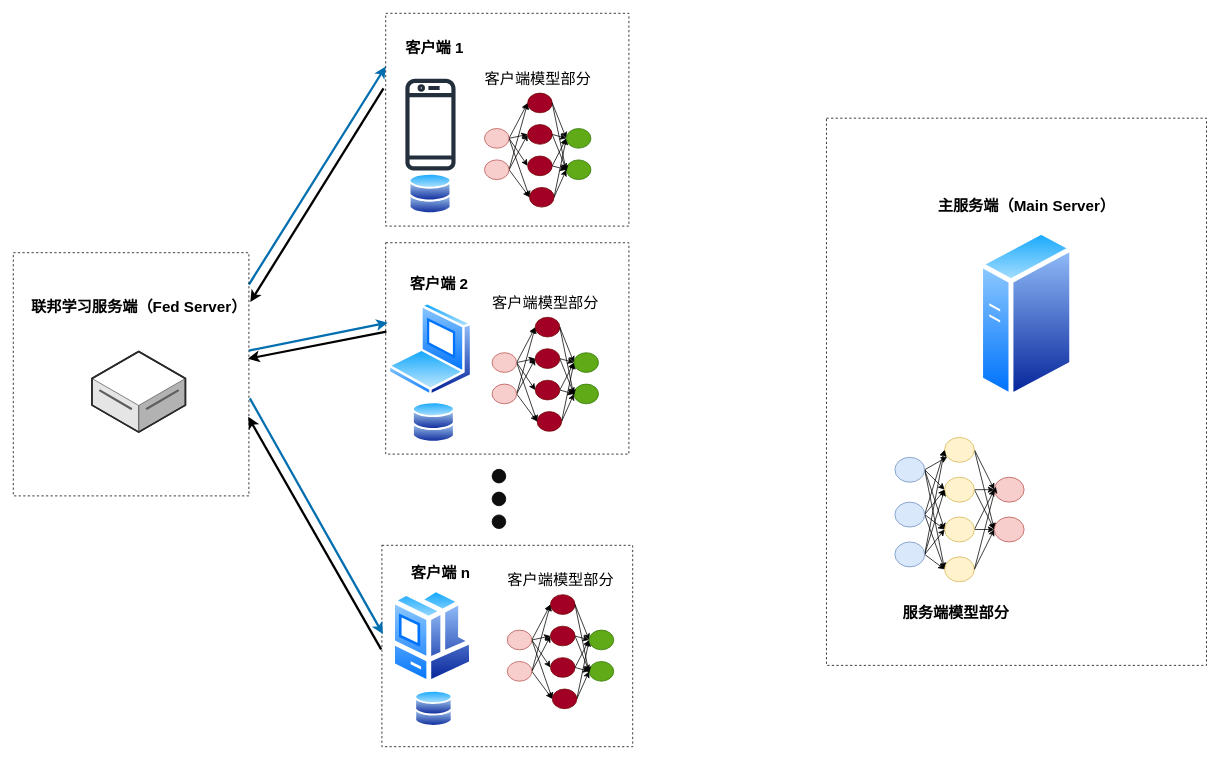
XiaoWenZz/draw-io keeps this draw.io diagram as 分割联邦学习架构图.drawio. Above is the earlier version. Source tidied: cells renumbered, new cells numbered last; positions are measured from the earlier drawing's top-left corner, leaving out a move shared by most shapes. Both pictures are drawn from the tidied source at 76%, with x=0, y=0 at pixel (13, 13).
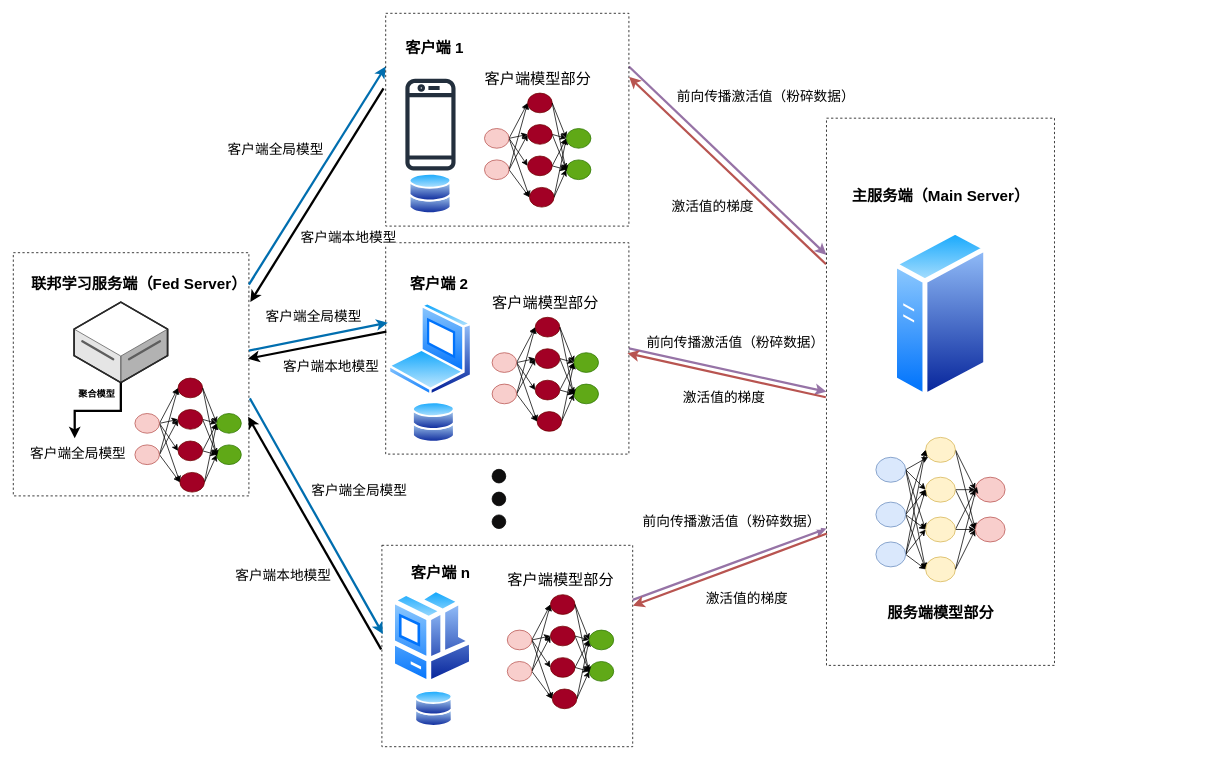
The same diagram, later.

Commit message:
更新分割联邦学习架构图.drawio

Unchanged cells that the change refers to:
```xml
<mxCell id="3" style="rounded=0;whiteSpace=wrap;html=1;fontFamily=Helvetica;fontSize=11;fontColor=default;labelBackgroundColor=default;fillColor=none;strokeColor=default;dashed=1;" parent="1" vertex="1">
  <mxGeometry x="490" y="301.9" width="320" height="278.1" as="geometry" />
</mxCell>
<mxCell id="14" style="rounded=0;whiteSpace=wrap;html=1;fontFamily=Helvetica;fontSize=11;fontColor=default;labelBackgroundColor=default;fillColor=none;strokeColor=default;dashed=1;" parent="1" vertex="1">
  <mxGeometry x="490" width="320" height="280" as="geometry" />
</mxCell>
<mxCell id="69" style="rounded=0;whiteSpace=wrap;html=1;fontFamily=Helvetica;fontSize=11;fontColor=default;labelBackgroundColor=default;fillColor=none;strokeColor=default;dashed=1;" parent="68" vertex="1">
  <mxGeometry width="330" height="265" as="geometry" />
</mxCell>
```

What changed in the source:
```diff
@@
+    <mxCell id="7" style="rounded=0;whiteSpace=wrap;html=1;fontFamily=Helvetica;fontSize=11;fontColor=default;labelBackgroundColor=default;fillColor=none;strokeColor=default;dashed=1;" parent="1" vertex="1">
+      <mxGeometry y="315" width="310" height="320" as="geometry" />
+    </mxCell>
@@
+    <mxCell id="137" style="rounded=0;jettySize=auto;html=1;exitX=1;exitY=0.5;exitDx=0;exitDy=0;entryX=0;entryY=0.5;entryDx=0;entryDy=0;strokeWidth=3;fillColor=#e1d5e7;strokeColor=#9673a6;" parent="1" edge="1" source="3" target="136">
+      <mxGeometry relative="1" as="geometry" />
+    </mxCell>
@@
     <mxCell id="4" style="verticalLabelPosition=bottom;html=1;verticalAlign=top;strokeWidth=1;align=center;outlineConnect=0;dashed=0;outlineConnect=0;shape=mxgraph.aws3d.dataServer;strokeColor=#5E5E5E;fontFamily=Helvetica;fontSize=11;fontColor=default;labelBackgroundColor=default;" parent="1" vertex="1">
-      <mxGeometry x="103.5" y="445" width="123" height="106" as="geometry" />
+      <mxGeometry x="80" y="380" width="123" height="106" as="geometry" />
     </mxCell>
     <mxCell id="5" value="&lt;font style=&quot;font-size: 20px;&quot;&gt;&lt;b&gt;联邦学习服务端（Fed Server）&lt;/b&gt;&lt;/font&gt;" style="text;html=1;align=center;verticalAlign=middle;strokeColor=none;fillColor=none;fontFamily=Helvetica;fontSize=11;fontColor=default;labelBackgroundColor=default;" parent="1" vertex="1">
-      <mxGeometry x="10" y="365" width="310" height="40" as="geometry" />
+      <mxGeometry x="10" y="335.3" width="310" height="40" as="geometry" />
     </mxCell>
@@
-    <mxCell id="7" style="rounded=0;whiteSpace=wrap;html=1;fontFamily=Helvetica;fontSize=11;fontColor=default;labelBackgroundColor=default;fillColor=none;strokeColor=default;dashed=1;" parent="1" vertex="1">
-      <mxGeometry y="315" width="310" height="320" as="geometry" />
-    </mxCell>
@@
+    <mxCell id="138" style="rounded=0;jettySize=auto;html=1;exitX=1;exitY=0.25;exitDx=0;exitDy=0;entryX=0;entryY=0.25;entryDx=0;entryDy=0;strokeWidth=3;fillColor=#e1d5e7;strokeColor=#9673a6;" parent="1" edge="1" source="14" target="136">
+      <mxGeometry relative="1" as="geometry" />
+    </mxCell>
@@
-    <mxCell id="102" style="group;" parent="1" vertex="1">
-      <mxGeometry x="1070" y="138" width="500" height="720" as="geometry" />
-    </mxCell>
+    <mxCell id="139" style="rounded=0;jettySize=auto;html=1;exitX=-0.002;exitY=0.267;exitDx=0;exitDy=0;entryX=1.001;entryY=0.299;entryDx=0;entryDy=0;entryPerimeter=0;strokeWidth=3;exitPerimeter=0;fillColor=#f8cecc;strokeColor=#b85450;" parent="1" edge="1" source="136" target="14">
+      <mxGeometry relative="1" as="geometry" />
+    </mxCell>
+    <mxCell id="140" style="rounded=0;jettySize=auto;html=1;entryX=0.994;entryY=0.523;entryDx=0;entryDy=0;entryPerimeter=0;strokeWidth=3;exitX=-0.003;exitY=0.51;exitDx=0;exitDy=0;exitPerimeter=0;fillColor=#f8cecc;strokeColor=#b85450;" parent="1" edge="1" source="136" target="3">
+      <mxGeometry relative="1" as="geometry" />
+    </mxCell>
+    <mxCell id="141" style="rounded=0;jettySize=auto;html=1;entryX=0;entryY=0.75;entryDx=0;entryDy=0;strokeWidth=3;fillColor=#e1d5e7;strokeColor=#9673a6;" parent="1" edge="1" source="69" target="136">
+      <mxGeometry relative="1" as="geometry" />
+    </mxCell>
+    <mxCell id="142" style="rounded=0;jettySize=auto;html=1;exitX=0.002;exitY=0.759;exitDx=0;exitDy=0;entryX=1.001;entryY=0.3;entryDx=0;entryDy=0;entryPerimeter=0;strokeWidth=3;fillColor=#f8cecc;strokeColor=#b85450;exitPerimeter=0;" parent="1" edge="1" source="136" target="69">
+      <mxGeometry relative="1" as="geometry" />
+    </mxCell>
+    <mxCell id="143" value="&lt;font style=&quot;font-size: 18px;&quot;&gt;客户端本地模型&lt;/font&gt;" style="text;html=1;align=center;verticalAlign=middle;strokeColor=none;fillColor=none;fontFamily=Helvetica;fontSize=11;fontColor=default;labelBackgroundColor=default;" parent="1" vertex="1">
+      <mxGeometry x="365.9" y="275" width="150" height="40" as="geometry" />
+    </mxCell>
+    <mxCell id="144" value="&lt;font style=&quot;font-size: 18px;&quot;&gt;客户端本地模型&lt;/font&gt;" style="text;html=1;align=center;verticalAlign=middle;strokeColor=none;fillColor=none;fontFamily=Helvetica;fontSize=11;fontColor=default;labelBackgroundColor=default;" parent="1" vertex="1">
+      <mxGeometry x="342.9" y="445" width="150" height="40" as="geometry" />
+    </mxCell>
+    <mxCell id="145" value="&lt;font style=&quot;font-size: 18px;&quot;&gt;客户端本地模型&lt;/font&gt;" style="text;html=1;align=center;verticalAlign=middle;strokeColor=none;fillColor=none;fontFamily=Helvetica;fontSize=11;fontColor=default;labelBackgroundColor=default;" parent="1" vertex="1">
+      <mxGeometry x="280" y="720" width="150" height="40" as="geometry" />
+    </mxCell>
+    <mxCell id="146" style="group;" parent="1" vertex="1">
+      <mxGeometry x="160" y="480" width="140" height="150" as="geometry" />
+    </mxCell>
+    <mxCell id="147" style="rounded=0;jettySize=auto;html=1;exitX=1;exitY=0.5;exitDx=0;exitDy=0;entryX=0;entryY=0.5;entryDx=0;entryDy=0;" parent="146" edge="1" source="151" target="157">
+      <mxGeometry relative="1" as="geometry" />
+    </mxCell>
+    <mxCell id="148" style="edgeStyle=none;shape=connector;rounded=0;jettySize=auto;html=1;exitX=1;exitY=0.5;exitDx=0;exitDy=0;entryX=0;entryY=0.5;entryDx=0;entryDy=0;strokeColor=default;align=center;verticalAlign=middle;fontFamily=Helvetica;fontSize=11;fontColor=default;labelBackgroundColor=default;endArrow=classic;" parent="146" edge="1" source="151" target="160">
+      <mxGeometry relative="1" as="geometry" />
+    </mxCell>
+    <mxCell id="149" style="edgeStyle=none;shape=connector;rounded=0;jettySize=auto;html=1;exitX=1;exitY=0.5;exitDx=0;exitDy=0;entryX=0;entryY=0.5;entryDx=0;entryDy=0;strokeColor=default;align=center;verticalAlign=middle;fontFamily=Helvetica;fontSize=11;fontColor=default;labelBackgroundColor=default;endArrow=classic;" parent="146" edge="1" source="151" target="163">
+      <mxGeometry relative="1" as="geometry" />
+    </mxCell>
+    <mxCell id="150" style="edgeStyle=none;shape=connector;rounded=0;jettySize=auto;html=1;exitX=1;exitY=0.5;exitDx=0;exitDy=0;entryX=0;entryY=0.5;entryDx=0;entryDy=0;strokeColor=default;align=center;verticalAlign=middle;fontFamily=Helvetica;fontSize=11;fontColor=default;labelBackgroundColor=default;endArrow=classic;" parent="146" edge="1" source="151" target="166">
+      <mxGeometry relative="1" as="geometry" />
+    </mxCell>
+    <mxCell id="151" style="ellipse;whiteSpace=wrap;html=1;fillColor=#f8cecc;strokeColor=#b85450;" parent="146" vertex="1">
+      <mxGeometry y="46.6" width="32.3" height="25.9" as="geometry" />
+    </mxCell>
+    <mxCell id="152" style="edgeStyle=none;shape=connector;rounded=0;jettySize=auto;html=1;exitX=1;exitY=0.5;exitDx=0;exitDy=0;entryX=0;entryY=0.5;entryDx=0;entryDy=0;strokeColor=default;align=center;verticalAlign=middle;fontFamily=Helvetica;fontSize=11;fontColor=default;labelBackgroundColor=default;endArrow=classic;" parent="146" edge="1" source="155" target="157">
+      <mxGeometry relative="1" as="geometry" />
+    </mxCell>
+    <mxCell id="153" style="edgeStyle=none;shape=connector;rounded=0;jettySize=auto;html=1;exitX=1;exitY=0.5;exitDx=0;exitDy=0;entryX=0;entryY=0.5;entryDx=0;entryDy=0;strokeColor=default;align=center;verticalAlign=middle;fontFamily=Helvetica;fontSize=11;fontColor=default;labelBackgroundColor=default;endArrow=classic;" parent="146" edge="1" source="155" target="160">
+      <mxGeometry relative="1" as="geometry" />
+    </mxCell>
+    <mxCell id="154" style="edgeStyle=none;shape=connector;rounded=0;jettySize=auto;html=1;exitX=1;exitY=0.5;exitDx=0;exitDy=0;entryX=0;entryY=0.5;entryDx=0;entryDy=0;strokeColor=default;align=center;verticalAlign=middle;fontFamily=Helvetica;fontSize=11;fontColor=default;labelBackgroundColor=default;endArrow=classic;" parent="146" edge="1" source="155" target="166">
+      <mxGeometry relative="1" as="geometry" />
+    </mxCell>
+    <mxCell id="155" style="ellipse;whiteSpace=wrap;html=1;fillColor=#f8cecc;strokeColor=#b85450;" parent="146" vertex="1">
+      <mxGeometry y="87.9" width="32.3" height="25.9" as="geometry" />
+    </mxCell>
+    <mxCell id="156" style="edgeStyle=none;shape=connector;rounded=0;jettySize=auto;html=1;exitX=1;exitY=0.5;exitDx=0;exitDy=0;entryX=0;entryY=0.5;entryDx=0;entryDy=0;strokeColor=default;align=center;verticalAlign=middle;fontFamily=Helvetica;fontSize=11;fontColor=default;labelBackgroundColor=default;endArrow=classic;" parent="146" edge="1" source="157" target="167">
+      <mxGeometry relative="1" as="geometry" />
+    </mxCell>
+    <mxCell id="157" style="ellipse;whiteSpace=wrap;html=1;fillColor=#a20025;fontColor=#ffffff;strokeColor=#6F0000;" parent="146" vertex="1">
+      <mxGeometry x="56.8" width="32.3" height="25.9" as="geometry" />
+    </mxCell>
+    <mxCell id="158" style="edgeStyle=none;shape=connector;rounded=0;jettySize=auto;html=1;exitX=1;exitY=0.5;exitDx=0;exitDy=0;entryX=0;entryY=0.5;entryDx=0;entryDy=0;strokeColor=default;align=center;verticalAlign=middle;fontFamily=Helvetica;fontSize=11;fontColor=default;labelBackgroundColor=default;endArrow=classic;" parent="146" edge="1" source="160" target="167">
+      <mxGeometry relative="1" as="geometry" />
+    </mxCell>
+    <mxCell id="159" style="edgeStyle=none;shape=connector;rounded=0;jettySize=auto;html=1;exitX=1;exitY=0.5;exitDx=0;exitDy=0;entryX=0;entryY=0.5;entryDx=0;entryDy=0;strokeColor=default;align=center;verticalAlign=middle;fontFamily=Helvetica;fontSize=11;fontColor=default;labelBackgroundColor=default;endArrow=classic;" parent="146" edge="1" source="160" target="168">
+      <mxGeometry relative="1" as="geometry" />
+    </mxCell>
+    <mxCell id="160" style="ellipse;whiteSpace=wrap;html=1;fillColor=#a20025;fontColor=#ffffff;strokeColor=#6F0000;" parent="146" vertex="1">
+      <mxGeometry x="56.8" y="41.4" width="32.3" height="25.9" as="geometry" />
+    </mxCell>
+    <mxCell id="161" style="edgeStyle=none;shape=connector;rounded=0;jettySize=auto;html=1;exitX=1;exitY=0.5;exitDx=0;exitDy=0;entryX=0;entryY=0.5;entryDx=0;entryDy=0;strokeColor=default;align=center;verticalAlign=middle;fontFamily=Helvetica;fontSize=11;fontColor=default;labelBackgroundColor=default;endArrow=classic;" parent="146" edge="1" source="163" target="168">
+      <mxGeometry relative="1" as="geometry" />
+    </mxCell>
+    <mxCell id="162" style="edgeStyle=none;shape=connector;rounded=0;jettySize=auto;html=1;exitX=1;exitY=0.5;exitDx=0;exitDy=0;entryX=0;entryY=0.5;entryDx=0;entryDy=0;strokeColor=default;align=center;verticalAlign=middle;fontFamily=Helvetica;fontSize=11;fontColor=default;labelBackgroundColor=default;endArrow=classic;" parent="146" edge="1" source="163" target="167">
+      <mxGeometry relative="1" as="geometry" />
+    </mxCell>
+    <mxCell id="163" style="ellipse;whiteSpace=wrap;html=1;fillColor=#a20025;fontColor=#ffffff;strokeColor=#6F0000;" parent="146" vertex="1">
+      <mxGeometry x="56.8" y="82.8" width="32.3" height="25.9" as="geometry" />
+    </mxCell>
+    <mxCell id="164" style="edgeStyle=none;shape=connector;rounded=0;jettySize=auto;html=1;exitX=1;exitY=0.5;exitDx=0;exitDy=0;entryX=0;entryY=0.5;entryDx=0;entryDy=0;strokeColor=default;align=center;verticalAlign=middle;fontFamily=Helvetica;fontSize=11;fontColor=default;labelBackgroundColor=default;endArrow=classic;" parent="146" edge="1" source="166" target="168">
+      <mxGeometry relative="1" as="geometry" />
+    </mxCell>
+    <mxCell id="165" style="edgeStyle=none;shape=connector;rounded=0;jettySize=auto;html=1;exitX=1;exitY=0.5;exitDx=0;exitDy=0;entryX=0;entryY=0.5;entryDx=0;entryDy=0;strokeColor=default;align=center;verticalAlign=middle;fontFamily=Helvetica;fontSize=11;fontColor=default;labelBackgroundColor=default;endArrow=classic;" parent="146" edge="1" source="166" target="167">
+      <mxGeometry relative="1" as="geometry" />
+    </mxCell>
+    <mxCell id="166" style="ellipse;whiteSpace=wrap;html=1;fillColor=#a20025;fontColor=#ffffff;strokeColor=#6F0000;" parent="146" vertex="1">
+      <mxGeometry x="59.2" y="124.1" width="32.3" height="25.9" as="geometry" />
+    </mxCell>
+    <mxCell id="167" style="ellipse;whiteSpace=wrap;html=1;fillColor=#60a917;fontColor=#ffffff;strokeColor=#2D7600;" parent="146" vertex="1">
+      <mxGeometry x="107.7" y="46.6" width="32.3" height="25.9" as="geometry" />
+    </mxCell>
+    <mxCell id="168" style="ellipse;whiteSpace=wrap;html=1;fillColor=#60a917;fontColor=#ffffff;strokeColor=#2D7600;" parent="146" vertex="1">
+      <mxGeometry x="107.7" y="87.9" width="32.3" height="25.9" as="geometry" />
+    </mxCell>
+    <mxCell id="169" style="edgeStyle=none;shape=connector;rounded=0;jettySize=auto;html=1;exitX=1;exitY=0.5;exitDx=0;exitDy=0;entryX=0;entryY=0.6;entryDx=0;entryDy=0;entryPerimeter=0;strokeColor=default;align=center;verticalAlign=middle;fontFamily=Helvetica;fontSize=11;fontColor=default;labelBackgroundColor=default;endArrow=classic;" parent="146" edge="1" source="157" target="168">
+      <mxGeometry relative="1" as="geometry" />
+    </mxCell>
+    <mxCell id="170" value="&lt;font style=&quot;font-size: 18px;&quot;&gt;客户端全局模型&lt;/font&gt;" style="text;html=1;align=center;verticalAlign=middle;points=[];strokeColor=none;fillColor=none;fontFamily=Helvetica;fontSize=11;fontColor=default;labelBackgroundColor=default;" parent="1" vertex="1">
+      <mxGeometry x="10" y="560" width="150" height="40" as="geometry" />
+    </mxCell>
+    <mxCell id="171" style="edgeStyle=orthogonalEdgeStyle;rounded=0;jettySize=auto;html=1;entryX=0.472;entryY=-0.018;entryDx=0;entryDy=0;entryPerimeter=0;strokeWidth=3;" parent="1" edge="1" source="4" target="170">
+      <mxGeometry relative="1" as="geometry" />
+    </mxCell>
+    <mxCell id="172" value="&lt;b&gt;聚合模型&lt;/b&gt;" style="text;html=1;align=center;verticalAlign=middle;whiteSpace=wrap;rounded=0;" parent="1" vertex="1">
+      <mxGeometry x="80" y="486" width="60" height="30" as="geometry" />
+    </mxCell>
+    <mxCell id="173" value="&lt;font style=&quot;font-size: 18px;&quot;&gt;客户端全局模型&lt;/font&gt;" style="text;html=1;align=center;verticalAlign=middle;strokeColor=none;fillColor=none;fontFamily=Helvetica;fontSize=11;fontColor=default;labelBackgroundColor=default;" parent="1" vertex="1">
+      <mxGeometry x="270" y="160" width="150" height="40" as="geometry" />
+    </mxCell>
+    <mxCell id="174" value="&lt;font style=&quot;font-size: 18px;&quot;&gt;客户端全局模型&lt;/font&gt;" style="text;html=1;align=center;verticalAlign=middle;strokeColor=none;fillColor=none;fontFamily=Helvetica;fontSize=11;fontColor=default;labelBackgroundColor=default;" parent="1" vertex="1">
+      <mxGeometry x="320" y="380" width="150" height="40" as="geometry" />
+    </mxCell>
+    <mxCell id="175" value="&lt;font style=&quot;font-size: 18px;&quot;&gt;客户端全局模型&lt;/font&gt;" style="text;html=1;align=center;verticalAlign=middle;strokeColor=none;fillColor=none;fontFamily=Helvetica;fontSize=11;fontColor=default;labelBackgroundColor=default;" parent="1" vertex="1">
+      <mxGeometry x="380" y="608" width="150" height="40" as="geometry" />
+    </mxCell>
+    <mxCell id="176" value="&lt;font style=&quot;font-size: 18px;&quot;&gt;前向传播激活值（粉碎数据）&lt;/font&gt;" style="text;html=1;align=center;verticalAlign=middle;strokeColor=none;fillColor=none;fontFamily=Helvetica;fontSize=11;fontColor=default;labelBackgroundColor=default;" parent="1" vertex="1">
+      <mxGeometry x="860" y="90" width="260" height="40" as="geometry" />
+    </mxCell>
+    <mxCell id="177" value="&lt;font style=&quot;font-size: 18px;&quot;&gt;激活值的梯度&lt;/font&gt;" style="text;html=1;align=center;verticalAlign=middle;strokeColor=none;fillColor=none;fontFamily=Helvetica;fontSize=11;fontColor=default;labelBackgroundColor=default;" parent="1" vertex="1">
+      <mxGeometry x="855" y="235" width="130" height="40" as="geometry" />
+    </mxCell>
+    <mxCell id="178" value="&lt;font style=&quot;font-size: 18px;&quot;&gt;前向传播激活值（粉碎数据）&lt;/font&gt;" style="text;html=1;align=center;verticalAlign=middle;strokeColor=none;fillColor=none;fontFamily=Helvetica;fontSize=11;fontColor=default;labelBackgroundColor=default;" parent="1" vertex="1">
+      <mxGeometry x="820" y="413" width="260" height="40" as="geometry" />
+    </mxCell>
+    <mxCell id="179" value="&lt;font style=&quot;font-size: 18px;&quot;&gt;激活值的梯度&lt;/font&gt;" style="text;html=1;align=center;verticalAlign=middle;strokeColor=none;fillColor=none;fontFamily=Helvetica;fontSize=11;fontColor=default;labelBackgroundColor=default;" parent="1" vertex="1">
+      <mxGeometry x="870" y="486" width="130" height="40" as="geometry" />
+    </mxCell>
+    <mxCell id="180" value="&lt;font style=&quot;font-size: 18px;&quot;&gt;前向传播激活值（粉碎数据）&lt;/font&gt;" style="text;html=1;align=center;verticalAlign=middle;strokeColor=none;fillColor=none;fontFamily=Helvetica;fontSize=11;fontColor=default;labelBackgroundColor=default;" parent="1" vertex="1">
+      <mxGeometry x="815" y="649" width="260" height="40" as="geometry" />
+    </mxCell>
+    <mxCell id="181" value="&lt;font style=&quot;font-size: 18px;&quot;&gt;激活值的梯度&lt;/font&gt;" style="text;html=1;align=center;verticalAlign=middle;strokeColor=none;fillColor=none;fontFamily=Helvetica;fontSize=11;fontColor=default;labelBackgroundColor=default;" parent="1" vertex="1">
+      <mxGeometry x="900" y="750" width="130" height="40" as="geometry" />
+    </mxCell>
+    <mxCell id="136" style="rounded=0;whiteSpace=wrap;html=1;fontFamily=Helvetica;fontSize=11;fontColor=default;labelBackgroundColor=default;fillColor=none;strokeColor=default;dashed=1;" parent="1" vertex="1">
+      <mxGeometry x="1070" y="138" width="300" height="720" as="geometry" />
+    </mxCell>
-    <mxCell id="103" style="group;" parent="102" vertex="1">
-      <mxGeometry x="90" y="420" width="170" height="190" as="geometry" />
+    <mxCell id="103" style="group;" parent="1" vertex="1">
+      <mxGeometry x="1135" y="558" width="170" height="190" as="geometry" />
     </mxCell>
@@
-    <mxCell id="133" style="image;perimeter=ellipsePerimeter;html=1;align=center;shadow=0;dashed=0;spacingTop=3;image=img/lib/active_directory/generic_server.svg;" parent="102" vertex="1">
-      <mxGeometry x="200" y="145.3" width="126.4" height="225.7" as="geometry" />
+    <mxCell id="133" style="image;perimeter=ellipsePerimeter;html=1;align=center;shadow=0;dashed=0;spacingTop=3;image=img/lib/active_directory/generic_server.svg;" parent="1" vertex="1">
+      <mxGeometry x="1156.8" y="283.3" width="126.4" height="225.7" as="geometry" />
     </mxCell>
-    <mxCell id="134" value="&lt;font style=&quot;font-size: 20px;&quot;&gt;&lt;b&gt;主服务端（Main Server）&lt;/b&gt;&lt;/font&gt;" style="text;html=1;align=center;verticalAlign=middle;strokeColor=none;fillColor=none;fontFamily=Helvetica;fontSize=11;fontColor=default;labelBackgroundColor=default;" parent="102" vertex="1">
-      <mxGeometry x="133.2" y="95.3" width="260" height="40" as="geometry" />
+    <mxCell id="134" value="&lt;font style=&quot;font-size: 20px;&quot;&gt;&lt;b&gt;主服务端（Main Server）&lt;/b&gt;&lt;/font&gt;" style="text;html=1;align=center;verticalAlign=middle;strokeColor=none;fillColor=none;fontFamily=Helvetica;fontSize=11;fontColor=default;labelBackgroundColor=default;" parent="1" vertex="1">
+      <mxGeometry x="1090" y="220" width="260" height="40" as="geometry" />
     </mxCell>
-    <mxCell id="135" value="&lt;font style=&quot;font-size: 20px;&quot;&gt;&lt;b&gt;服务端模型部分&lt;/b&gt;&lt;/font&gt;" style="text;html=1;align=center;verticalAlign=middle;strokeColor=none;fillColor=none;fontFamily=Helvetica;fontSize=11;fontColor=default;labelBackgroundColor=default;" parent="102" vertex="1">
-      <mxGeometry x="90" y="630" width="160" height="40" as="geometry" />
+    <mxCell id="135" value="&lt;font style=&quot;font-size: 20px;&quot;&gt;&lt;b&gt;服务端模型部分&lt;/b&gt;&lt;/font&gt;" style="text;html=1;align=center;verticalAlign=middle;strokeColor=none;fillColor=none;fontFamily=Helvetica;fontSize=11;fontColor=default;labelBackgroundColor=default;" parent="1" vertex="1">
+      <mxGeometry x="1140" y="768" width="160" height="40" as="geometry" />
     </mxCell>
-    <mxCell id="136" style="rounded=0;whiteSpace=wrap;html=1;fontFamily=Helvetica;fontSize=11;fontColor=default;labelBackgroundColor=default;fillColor=none;strokeColor=default;dashed=1;" parent="102" vertex="1">
-      <mxGeometry width="500" height="720" as="geometry" />
-    </mxCell>
```
